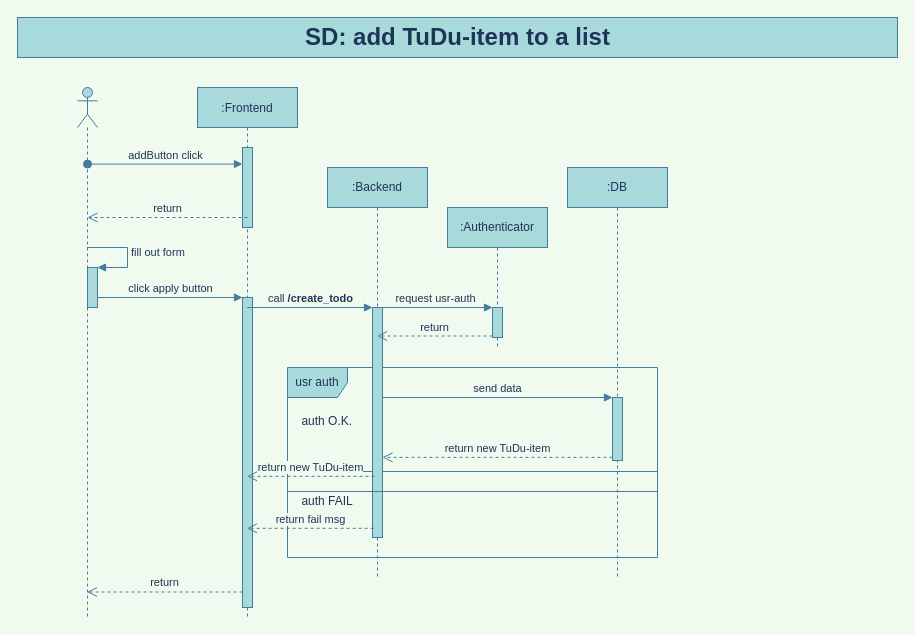
The draw.io diagram diagrams/working/seqDia-01-addItem.drawio in TuDU-SE/documentation, before the edit. Source tidied: cells renumbered, new cells numbered last; positions are measured from the earlier drawing's top-left corner, leaving out a move shared by most shapes. Both pictures are drawn from the tidied source at 100%, with x=0, y=0 at pixel (17, 17).
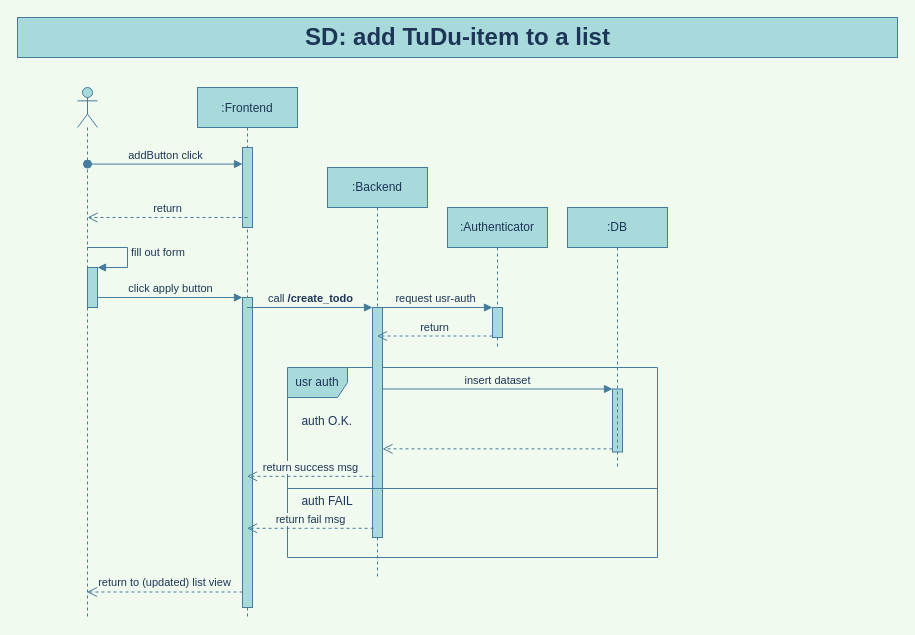
Above is the later version.

Unchanged cells that the change refers to:
```xml
<mxCell id="2" value=":Frontend" style="shape=umlLifeline;perimeter=lifelinePerimeter;shadow=0;strokeWidth=1;fillColor=#A8DADC;strokeColor=#457B9D;fontColor=#1D3557;" parent="1" vertex="1">
  <mxGeometry x="180" y="70" width="100" height="530" as="geometry" />
</mxCell>
<mxCell id="4" style="html=1;points=[];perimeter=orthogonalPerimeter;strokeColor=#457B9D;fillColor=#A8DADC;gradientDirection=west;fontColor=#1D3557;" parent="2" vertex="1">
  <mxGeometry x="45" y="210" width="10" height="310" as="geometry" />
</mxCell>
<mxCell id="6" value=":Backend" style="shape=umlLifeline;perimeter=lifelinePerimeter;whiteSpace=wrap;html=1;outlineConnect=0;strokeColor=#457B9D;fillColor=#A8DADC;gradientDirection=west;fontColor=#1D3557;" parent="1" vertex="1">
  <mxGeometry x="310" y="150" width="100" height="410" as="geometry" />
</mxCell>
<mxCell id="8" style="group;fontColor=#1D3557;" parent="7" vertex="1">
  <mxGeometry width="370" height="190" as="geometry" />
</mxCell>
<mxCell id="14" style="html=1;points=[];perimeter=orthogonalPerimeter;strokeColor=#457B9D;fillColor=#A8DADC;gradientDirection=west;fontColor=#1D3557;" parent="6" vertex="1">
  <mxGeometry x="45" y="140" width="10" height="230" as="geometry" />
</mxCell>
<mxCell id="17" style="shape=umlLifeline;participant=umlActor;perimeter=lifelinePerimeter;whiteSpace=wrap;html=1;verticalAlign=top;spacingTop=36;outlineConnect=0;strokeColor=#457B9D;fillColor=#A8DADC;gradientDirection=west;fontColor=#1D3557;" parent="1" vertex="1">
  <mxGeometry x="60" y="70" width="20" height="530" as="geometry" />
</mxCell>
```

The edit, as a diff of the source:
```diff
@@
-    <mxCell id="12" style="line;strokeWidth=1;fillColor=none;align=left;verticalAlign=middle;spacingTop=-1;spacingLeft=3;spacingRight=3;labelPosition=right;strokeColor=#457B9D;labelBackgroundColor=#F1FAEE;fontColor=#1D3557;" parent="8" vertex="1">
-      <mxGeometry y="100" width="370" height="8" as="geometry" />
-    </mxCell>
@@
+    <mxCell id="16" style="html=1;points=[];perimeter=orthogonalPerimeter;strokeColor=#457B9D;fillColor=#A8DADC;gradientDirection=west;fontColor=#1D3557;" parent="8" vertex="1">
+      <mxGeometry x="325" y="21.5" width="10" height="63" as="geometry" />
+    </mxCell>
@@
+    <mxCell id="33" style="html=1;verticalAlign=bottom;endArrow=open;dashed=1;endSize=8;exitX=0;exitY=0.95;labelBackgroundColor=#F1FAEE;strokeColor=#457B9D;fontColor=#1D3557;rounded=0;" parent="6" edge="1" source="16" target="14">
+      <mxGeometry relative="1" as="geometry" />
+    </mxCell>
+    <mxCell id="32" value="insert dataset" style="html=1;verticalAlign=bottom;endArrow=block;entryX=0;entryY=0;labelBackgroundColor=#F1FAEE;strokeColor=#457B9D;fontColor=#1D3557;rounded=0;" parent="6" edge="1" source="14" target="16">
+      <mxGeometry relative="1" as="geometry" />
+    </mxCell>
     <mxCell id="15" value=":DB" style="shape=umlLifeline;perimeter=lifelinePerimeter;whiteSpace=wrap;html=1;strokeColor=#457B9D;fillColor=#A8DADC;gradientDirection=west;fontColor=#1D3557;" parent="1" vertex="1">
-      <mxGeometry x="550" y="150" width="100" height="410" as="geometry" />
+      <mxGeometry x="550" y="190" width="100" height="260" as="geometry" />
     </mxCell>
-    <mxCell id="16" style="html=1;points=[];perimeter=orthogonalPerimeter;strokeColor=#457B9D;fillColor=#A8DADC;gradientDirection=west;fontColor=#1D3557;" parent="15" vertex="1">
-      <mxGeometry x="45" y="230" width="10" height="63" as="geometry" />
-    </mxCell>
@@
-    <mxCell id="23" value="return" style="html=1;verticalAlign=bottom;endArrow=open;dashed=1;endSize=8;exitX=0;exitY=0.95;labelBackgroundColor=#F1FAEE;strokeColor=#457B9D;fontColor=#1D3557;rounded=0;" parent="1" edge="1" source="4" target="17">
+    <mxCell id="23" value="return to (updated) list view" style="html=1;verticalAlign=bottom;endArrow=open;dashed=1;endSize=8;exitX=0;exitY=0.95;labelBackgroundColor=#F1FAEE;strokeColor=#457B9D;fontColor=#1D3557;rounded=0;" parent="1" edge="1" source="4" target="17">
       <mxGeometry relative="1" as="geometry" />
     </mxCell>
@@
-    <mxCell id="30" value="return new TuDu-item" style="html=1;verticalAlign=bottom;endArrow=open;dashed=1;endSize=8;exitX=0.195;exitY=0.734;exitDx=0;exitDy=0;exitPerimeter=0;labelBackgroundColor=#F1FAEE;strokeColor=#457B9D;fontColor=#1D3557;rounded=0;" parent="1" edge="1" source="14" target="2">
+    <mxCell id="30" value="return success msg" style="html=1;verticalAlign=bottom;endArrow=open;dashed=1;endSize=8;exitX=0.195;exitY=0.734;exitDx=0;exitDy=0;exitPerimeter=0;labelBackgroundColor=#F1FAEE;strokeColor=#457B9D;fontColor=#1D3557;rounded=0;" parent="1" edge="1" source="14" target="2">
       <mxGeometry relative="1" as="geometry" />
     </mxCell>
     <mxCell id="31" style="line;strokeWidth=1;fillColor=none;align=left;verticalAlign=middle;spacingTop=-1;spacingLeft=3;spacingRight=3;labelPosition=right;strokeColor=#457B9D;labelBackgroundColor=#F1FAEE;fontColor=#1D3557;" parent="1" vertex="1">
-      <mxGeometry x="270" y="470" width="370" height="8" as="geometry" />
+      <mxGeometry x="270" y="467" width="370" height="8" as="geometry" />
     </mxCell>
-    <mxCell id="32" value="send data" style="html=1;verticalAlign=bottom;endArrow=block;entryX=0;entryY=0;labelBackgroundColor=#F1FAEE;strokeColor=#457B9D;fontColor=#1D3557;rounded=0;" parent="1" edge="1" source="14" target="16">
-      <mxGeometry relative="1" as="geometry" />
-    </mxCell>
-    <mxCell id="33" value="return new TuDu-item" style="html=1;verticalAlign=bottom;endArrow=open;dashed=1;endSize=8;exitX=0;exitY=0.95;labelBackgroundColor=#F1FAEE;strokeColor=#457B9D;fontColor=#1D3557;rounded=0;" parent="1" edge="1" source="16" target="14">
-      <mxGeometry relative="1" as="geometry" />
-    </mxCell>
```
